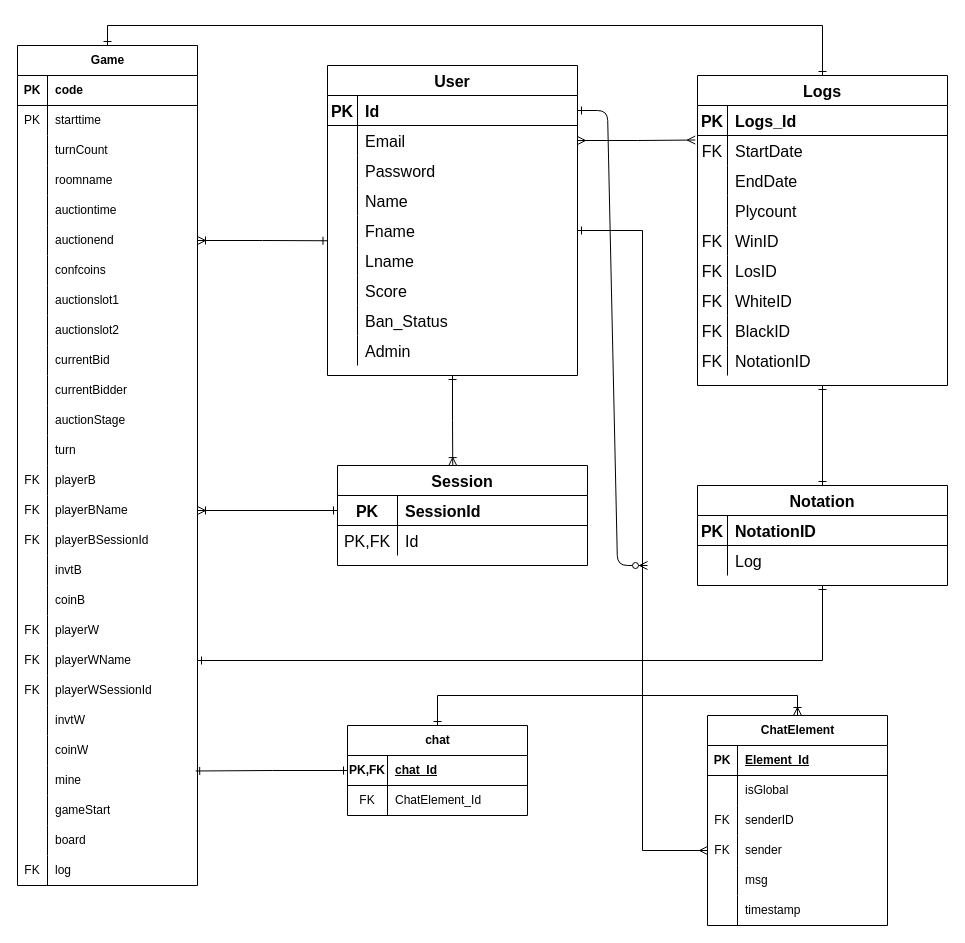
paowick/ChessButEbay keeps this draw.io diagram as Diagrams/ERD.drawio. Above is the earlier version. Source tidied: cells renumbered, new cells numbered last; positions are measured from the earlier drawing's top-left corner, leaving out a move shared by most shapes. Both pictures are drawn from the tidied source at 100%, with x=0, y=0 at pixel (17, 25).
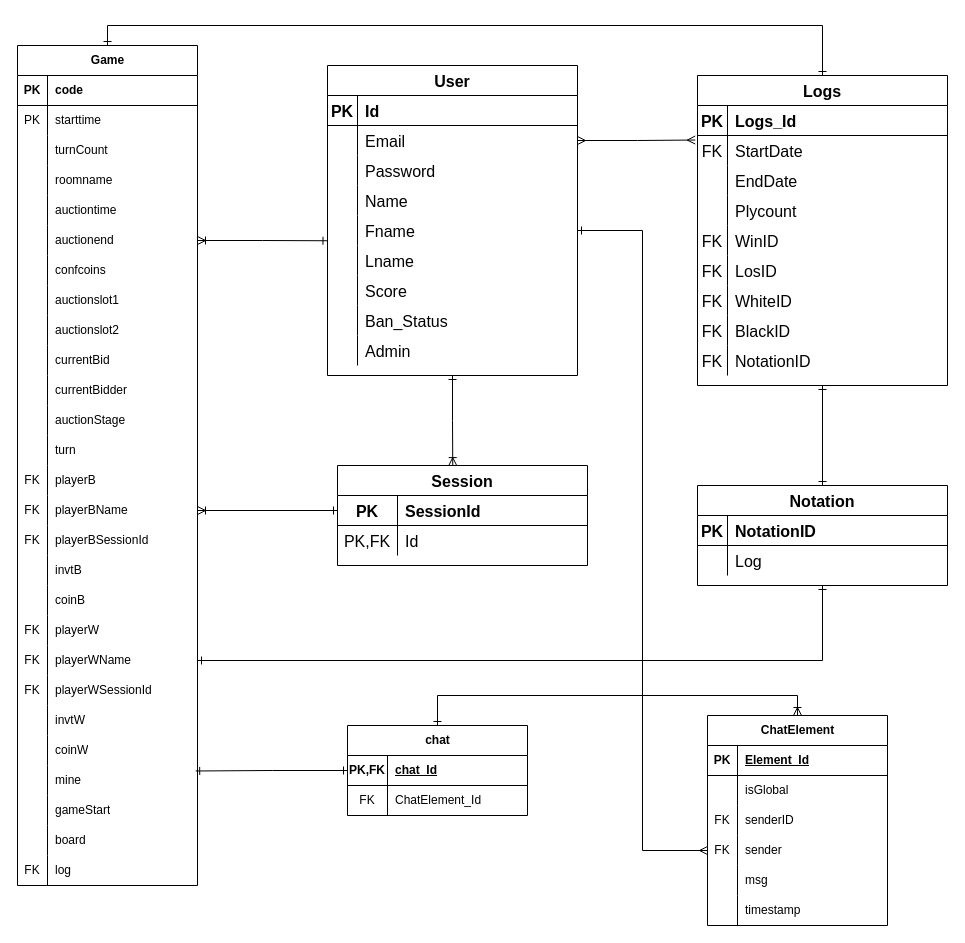
Above is the later version.

The change refers to these unchanged cells:
```xml
<mxCell id="41" style="shape=partialRectangle;fillColor=none;points=[[0,0.5],[1,0.5]];portConstraint=eastwest;top=0;left=0;right=0;bottom=1;fontFamily=thai sarabun new;fontSize=16;fontStyle=0;" parent="40" vertex="1">
  <mxGeometry y="30" width="250" height="30" as="geometry" />
</mxCell>
```

Change to the diagram source:
```diff
@@
-    <mxCell id="2" style="edgeStyle=entityRelationEdgeStyle;endArrow=ERzeroToMany;startArrow=ERone;endFill=1;startFill=0;fontFamily=thai sarabun new;fontSize=16;" parent="1" edge="1" source="41">
-      <mxGeometry relative="1" as="geometry">
-        <mxPoint x="630" y="540" as="targetPoint" />
-      </mxGeometry>
-    </mxCell>
```
